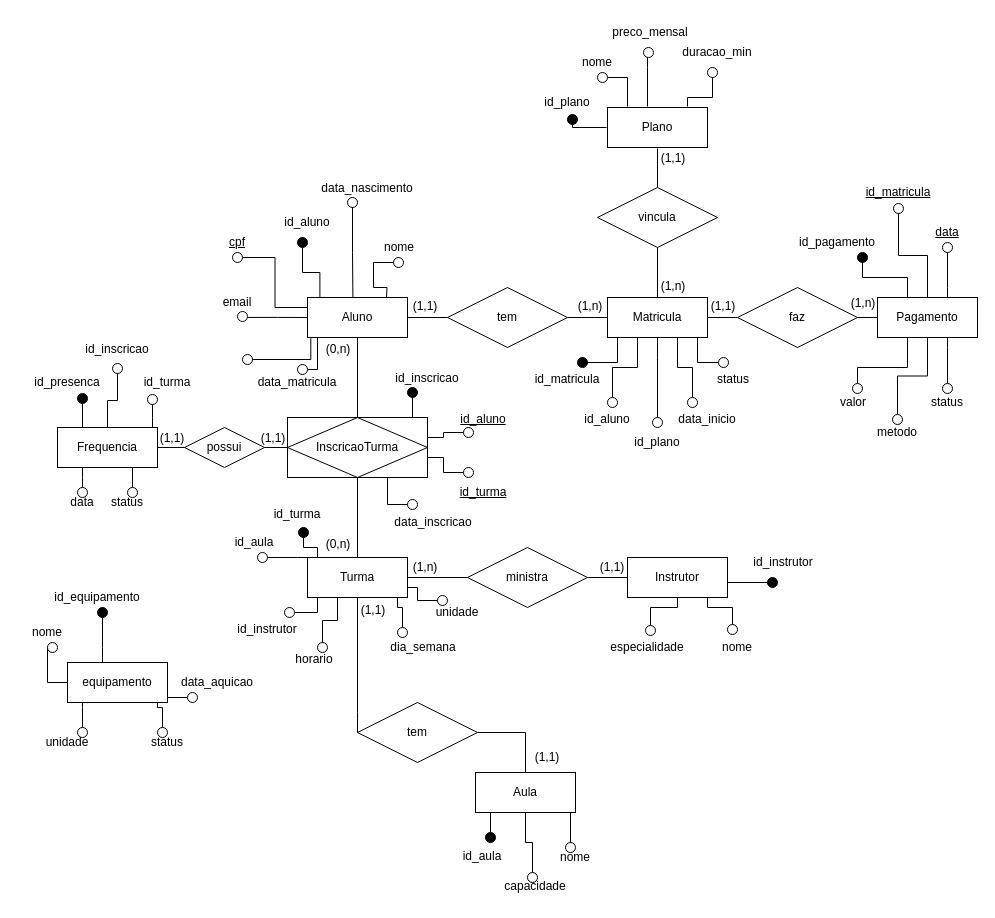
Above: inf3/banco-de-dados/atividade-DER-escolaparticular.drawio in LeticiaMMorais/Atividades_da_escola (draw.io), before the change. Source tidied: cells renumbered, new cells numbered last; positions are measured from the earlier drawing's top-left corner, leaving out a move shared by most shapes. Both pictures are drawn from the tidied source at 100%, with x=0, y=0 at pixel (17, 17).
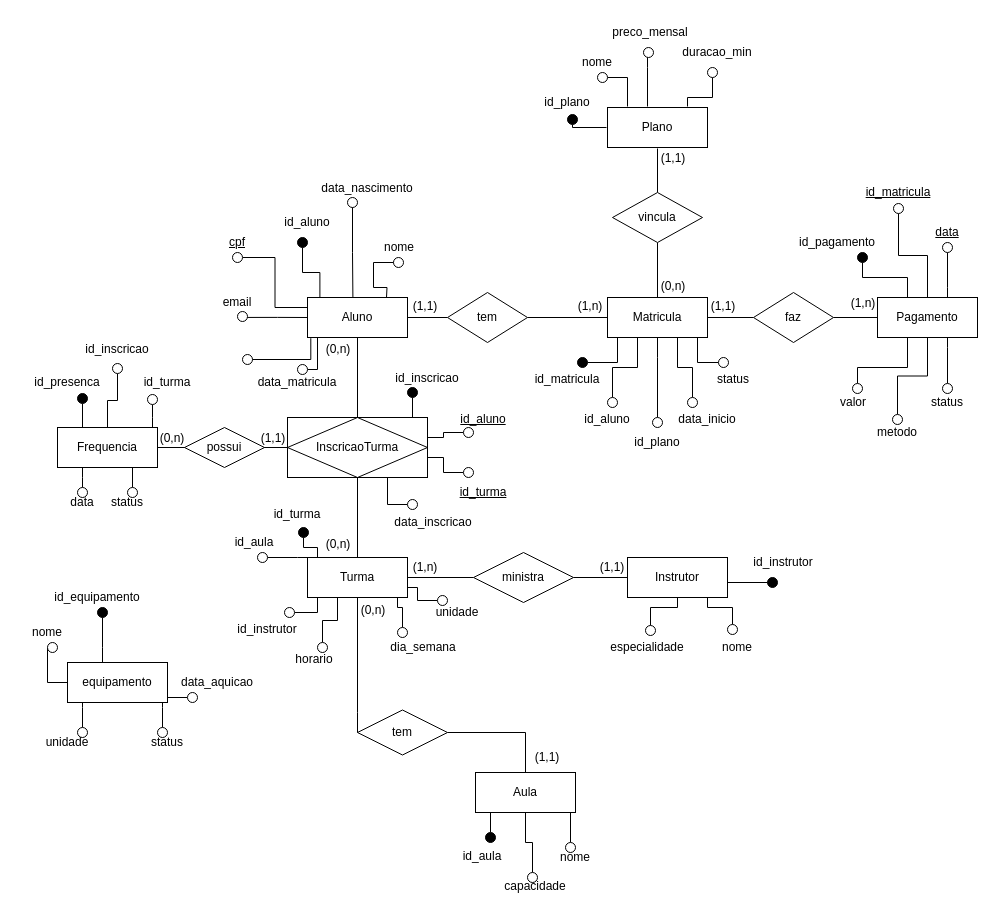
The same diagram, later.

The change refers to these unchanged cells:
```xml
<mxCell id="5" value="equipamento" style="whiteSpace=wrap;html=1;align=center;" parent="1" vertex="1">
  <mxGeometry x="50" y="645" width="100" height="40" as="geometry" />
</mxCell>
<mxCell id="174" style="ellipse;whiteSpace=wrap;html=1;" parent="1" vertex="1">
  <mxGeometry x="140" y="710" width="10" height="10" as="geometry" />
</mxCell>
```

What changed in the source:
```diff
@@
     <mxCell id="10" value="ministra" style="shape=rhombus;perimeter=rhombusPerimeter;whiteSpace=wrap;html=1;align=center;" parent="1" vertex="1">
-      <mxGeometry x="450" y="530" width="120" height="60" as="geometry" />
+      <mxGeometry x="456" y="535" width="100" height="50" as="geometry" />
     </mxCell>
@@
     <mxCell id="21" value="tem" style="shape=rhombus;perimeter=rhombusPerimeter;whiteSpace=wrap;html=1;align=center;" parent="1" vertex="1">
-      <mxGeometry x="430" y="270" width="120" height="60" as="geometry" />
+      <mxGeometry x="430" y="275" width="80" height="50" as="geometry" />
     </mxCell>
@@
     <mxCell id="23" value="vincula" style="shape=rhombus;perimeter=rhombusPerimeter;whiteSpace=wrap;html=1;align=center;" parent="1" vertex="1">
-      <mxGeometry x="580" y="170" width="120" height="60" as="geometry" />
+      <mxGeometry x="595" y="175" width="90" height="50" as="geometry" />
     </mxCell>
@@
     <mxCell id="26" value="faz" style="shape=rhombus;perimeter=rhombusPerimeter;whiteSpace=wrap;html=1;align=center;" parent="1" vertex="1">
-      <mxGeometry x="720" y="270" width="120" height="60" as="geometry" />
+      <mxGeometry x="736" y="275" width="80" height="50" as="geometry" />
     </mxCell>
@@
-    <mxCell id="32" value="(1,n)" style="text;html=1;align=center;verticalAlign=middle;whiteSpace=wrap;rounded=0;" parent="1" vertex="1">
+    <mxCell id="32" value="(0,n)" style="text;html=1;align=center;verticalAlign=middle;whiteSpace=wrap;rounded=0;" parent="1" vertex="1">
       <mxGeometry x="626" y="254" width="60" height="30" as="geometry" />
     </mxCell>
@@
-    <mxCell id="39" value="(1,1)" style="text;html=1;align=center;verticalAlign=middle;whiteSpace=wrap;rounded=0;" parent="1" vertex="1">
+    <mxCell id="39" value="(0,n)" style="text;html=1;align=center;verticalAlign=middle;whiteSpace=wrap;rounded=0;" parent="1" vertex="1">
       <mxGeometry x="326" y="578" width="60" height="30" as="geometry" />
     </mxCell>
@@
     <mxCell id="173" style="edgeStyle=orthogonalEdgeStyle;rounded=0;jettySize=auto;html=1;endArrow=none;endFill=0;" parent="1" edge="1" source="174" target="5">
       <mxGeometry relative="1" as="geometry">
         <Array as="points">
           <mxPoint x="145" y="690" />
-          <mxPoint x="140" y="690" />
+          <mxPoint x="145" y="690" />
         </Array>
       </mxGeometry>
     </mxCell>
@@
     <mxCell id="185" value="tem" style="shape=rhombus;perimeter=rhombusPerimeter;whiteSpace=wrap;html=1;align=center;" parent="1" vertex="1">
-      <mxGeometry x="340" y="685" width="120" height="60" as="geometry" />
+      <mxGeometry x="340" y="692.5" width="90" height="45" as="geometry" />
     </mxCell>
@@
-    <mxCell id="187" value="(1,1)" style="text;html=1;align=center;verticalAlign=middle;whiteSpace=wrap;rounded=0;" parent="1" vertex="1">
+    <mxCell id="187" value="(0,n)" style="text;html=1;align=center;verticalAlign=middle;whiteSpace=wrap;rounded=0;" parent="1" vertex="1">
       <mxGeometry x="125" y="406" width="60" height="30" as="geometry" />
     </mxCell>
```
